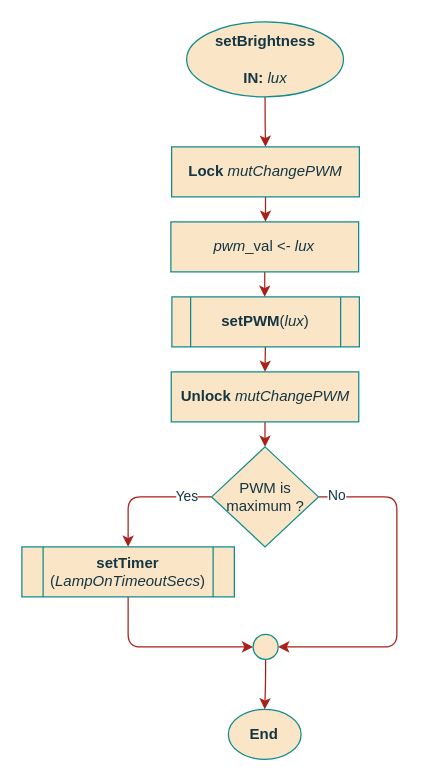
Above: page "setBrightness" (4 of 4) of documentation/flowcharts/02Classes/CLamp.drawio in ESRGgroup9/slipad (draw.io), before the change. Source tidied: cells renumbered, new cells numbered last; positions are measured from the earlier drawing's top-left corner, leaving out a move shared by most shapes. Both pictures are drawn from the tidied source at 125%, with x=0, y=0 at pixel (21, 21).
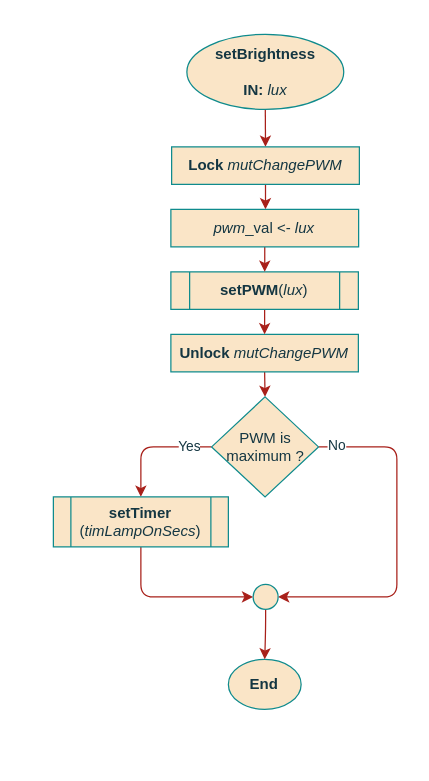
The same diagram, later.

Diff of the diagram source:
```diff
@@
     <mxCell id="3" value="&lt;div&gt;setBrightness&lt;/div&gt;&lt;div&gt;&lt;br&gt;&lt;/div&gt;&lt;div&gt;IN: &lt;span style=&quot;font-weight: normal&quot;&gt;&lt;i&gt;lux&lt;/i&gt;&lt;/span&gt;&lt;br&gt;&lt;/div&gt;" style="ellipse;whiteSpace=wrap;html=1;fillColor=#FAE5C7;strokeColor=#0F8B8D;fontColor=#143642;fontStyle=1;" parent="1" vertex="1">
-      <mxGeometry x="131.8" width="125.5" height="60" as="geometry" />
+      <mxGeometry x="132" y="10" width="125.5" height="60" as="geometry" />
     </mxCell>
-    <mxCell id="4" style="edgeStyle=orthogonalEdgeStyle;curved=0;rounded=1;sketch=0;jettySize=auto;html=1;fontColor=#143642;strokeColor=#A8201A;fillColor=#FAE5C7;" parent="1" edge="1" source="5">
-      <mxGeometry relative="1" as="geometry">
-        <mxPoint x="194.8" y="160" as="targetPoint" />
-      </mxGeometry>
+    <mxCell id="4" style="edgeStyle=orthogonalEdgeStyle;curved=0;rounded=1;sketch=0;jettySize=auto;html=1;fontColor=#143642;strokeColor=#A8201A;fillColor=#FAE5C7;entryX=0.5;entryY=0;entryDx=0;entryDy=0;" parent="1" edge="1" source="5" target="21">
+      <mxGeometry relative="1" as="geometry" />
     </mxCell>
     <mxCell id="5" value="&lt;b&gt;Lock&lt;/b&gt; &lt;i&gt;mutChangePWM&lt;/i&gt;" style="rounded=0;whiteSpace=wrap;html=1;sketch=0;fontColor=#143642;strokeColor=#0F8B8D;fillColor=#FAE5C7;" parent="1" vertex="1">
-      <mxGeometry x="119.8" y="100" width="150.2" height="40" as="geometry" />
+      <mxGeometry x="119.8" y="100" width="150.2" height="30" as="geometry" />
     </mxCell>
@@
     <mxCell id="7" value="&lt;b&gt;Unlock&lt;/b&gt; &lt;i&gt;mutChangePWM&lt;/i&gt;" style="rounded=0;whiteSpace=wrap;html=1;sketch=0;fontColor=#143642;strokeColor=#0F8B8D;fillColor=#FAE5C7;" parent="1" vertex="1">
-      <mxGeometry x="119.5" y="280" width="150" height="40" as="geometry" />
+      <mxGeometry x="119.2" y="250" width="150" height="30" as="geometry" />
     </mxCell>
-    <mxCell id="8" style="edgeStyle=orthogonalEdgeStyle;curved=0;rounded=1;sketch=0;orthogonalLoop=1;jettySize=auto;html=1;exitX=0.5;exitY=1;exitDx=0;exitDy=0;entryX=0.5;entryY=0;entryDx=0;entryDy=0;fontColor=#143642;strokeColor=#A8201A;fillColor=#FAE5C7;" parent="1" edge="1">
-      <mxGeometry relative="1" as="geometry">
-        <mxPoint x="194.8" y="260" as="sourcePoint" />
-        <mxPoint x="194.5" y="280" as="targetPoint" />
-      </mxGeometry>
+    <mxCell id="8" style="edgeStyle=orthogonalEdgeStyle;curved=0;rounded=1;sketch=0;jettySize=auto;html=1;exitX=0.5;exitY=1;exitDx=0;exitDy=0;fontColor=#143642;strokeColor=#A8201A;fillColor=#FAE5C7;entryX=0.5;entryY=0;entryDx=0;entryDy=0;" parent="1" edge="1" source="10" target="7">
+      <mxGeometry relative="1" as="geometry" />
     </mxCell>
     <mxCell id="9" value="End" style="ellipse;whiteSpace=wrap;html=1;fillColor=#FAE5C7;strokeColor=#0F8B8D;fontColor=#143642;fontStyle=1;" parent="1" vertex="1">
-      <mxGeometry x="165.2" y="550" width="58.2" height="40" as="geometry" />
+      <mxGeometry x="165.2" y="510" width="58.2" height="40" as="geometry" />
     </mxCell>
     <mxCell id="10" value="&lt;b&gt;setPWM&lt;/b&gt;(&lt;i&gt;lux&lt;/i&gt;)" style="shape=process;whiteSpace=wrap;html=1;backgroundOutline=1;rounded=0;sketch=0;fontColor=#143642;strokeColor=#0F8B8D;fillColor=#FAE5C7;" parent="1" vertex="1">
-      <mxGeometry x="120" y="220" width="150" height="40" as="geometry" />
+      <mxGeometry x="119.2" y="200" width="150" height="30" as="geometry" />
     </mxCell>
@@
     <mxCell id="13" style="edgeStyle=orthogonalEdgeStyle;curved=0;rounded=1;sketch=0;jettySize=auto;html=1;exitX=1;exitY=0.5;exitDx=0;exitDy=0;fontSize=11;fontColor=#143642;strokeColor=#A8201A;fillColor=#FAE5C7;entryX=1;entryY=0.5;entryDx=0;entryDy=0;" parent="1" edge="1" source="15" target="19">
       <mxGeometry relative="1" as="geometry">
         <Array as="points">
-          <mxPoint x="300" y="380" />
-          <mxPoint x="300" y="500" />
+          <mxPoint x="300" y="340" />
+          <mxPoint x="300" y="460" />
         </Array>
       </mxGeometry>
     </mxCell>
@@
     <mxCell id="15" value="&lt;div&gt;PWM is&lt;/div&gt;&lt;div&gt;maximum ?&lt;br&gt;&lt;/div&gt;" style="rhombus;whiteSpace=wrap;html=1;rounded=0;sketch=0;fontColor=#143642;strokeColor=#0F8B8D;fillColor=#FAE5C7;" parent="1" vertex="1">
-      <mxGeometry x="151.8" y="340" width="85.5" height="80" as="geometry" />
+      <mxGeometry x="151.8" y="300" width="85.5" height="80" as="geometry" />
     </mxCell>
@@
-    <mxCell id="17" value="&lt;div&gt;&lt;b&gt;setTimer&lt;/b&gt;&lt;/div&gt;&lt;div&gt;(&lt;i&gt;LampOnTimeoutSecs&lt;/i&gt;)&lt;/div&gt;" style="shape=process;whiteSpace=wrap;html=1;backgroundOutline=1;rounded=0;sketch=0;fontColor=#143642;strokeColor=#0F8B8D;fillColor=#FAE5C7;" parent="1" vertex="1">
-      <mxGeometry y="420" width="170" height="40" as="geometry" />
+    <mxCell id="17" value="&lt;div&gt;&lt;b&gt;setTimer&lt;/b&gt;&lt;/div&gt;&lt;div&gt;(&lt;i&gt;timLampOnSecs&lt;/i&gt;)&lt;/div&gt;" style="shape=process;whiteSpace=wrap;html=1;backgroundOutline=1;rounded=0;sketch=0;fontColor=#143642;strokeColor=#0F8B8D;fillColor=#FAE5C7;" parent="1" vertex="1">
+      <mxGeometry x="25.2" y="380" width="140" height="40" as="geometry" />
     </mxCell>
     <mxCell id="18" style="edgeStyle=orthogonalEdgeStyle;curved=0;rounded=1;sketch=0;jettySize=auto;html=1;exitX=0.5;exitY=1;exitDx=0;exitDy=0;entryX=0.5;entryY=0;entryDx=0;entryDy=0;fontSize=11;fontColor=#143642;strokeColor=#A8201A;fillColor=#FAE5C7;" parent="1" edge="1" source="19" target="9">
       <mxGeometry relative="1" as="geometry">
         <Array as="points">
-          <mxPoint x="195" y="525" />
-          <mxPoint x="194" y="525" />
+          <mxPoint x="195" y="485" />
+          <mxPoint x="194" y="485" />
         </Array>
       </mxGeometry>
     </mxCell>
     <mxCell id="19" style="ellipse;whiteSpace=wrap;html=1;rounded=0;sketch=0;fontColor=#143642;strokeColor=#0F8B8D;fillColor=#FAE5C7;" parent="1" vertex="1">
-      <mxGeometry x="185" y="490" width="20" height="20" as="geometry" />
+      <mxGeometry x="185" y="450" width="20" height="20" as="geometry" />
     </mxCell>
-    <mxCell id="20" style="edgeStyle=orthogonalEdgeStyle;rounded=1;jettySize=auto;html=1;strokeColor=#A8201A;" parent="1" edge="1" source="21" target="10">
+    <mxCell id="20" style="edgeStyle=orthogonalEdgeStyle;rounded=1;jettySize=auto;html=1;strokeColor=#A8201A;entryX=0.5;entryY=0;entryDx=0;entryDy=0;" parent="1" edge="1" source="21" target="10">
       <mxGeometry relative="1" as="geometry" />
     </mxCell>
     <mxCell id="21" value="&lt;i&gt;pwm&lt;/i&gt;_val &amp;lt;- &lt;i&gt;lux&lt;/i&gt;" style="rounded=0;whiteSpace=wrap;html=1;sketch=0;fontColor=#143642;strokeColor=#0F8B8D;fillColor=#FAE5C7;" parent="1" vertex="1">
-      <mxGeometry x="119.2" y="160" width="150.2" height="40" as="geometry" />
+      <mxGeometry x="119.2" y="150" width="150.2" height="30" as="geometry" />
     </mxCell>
```
